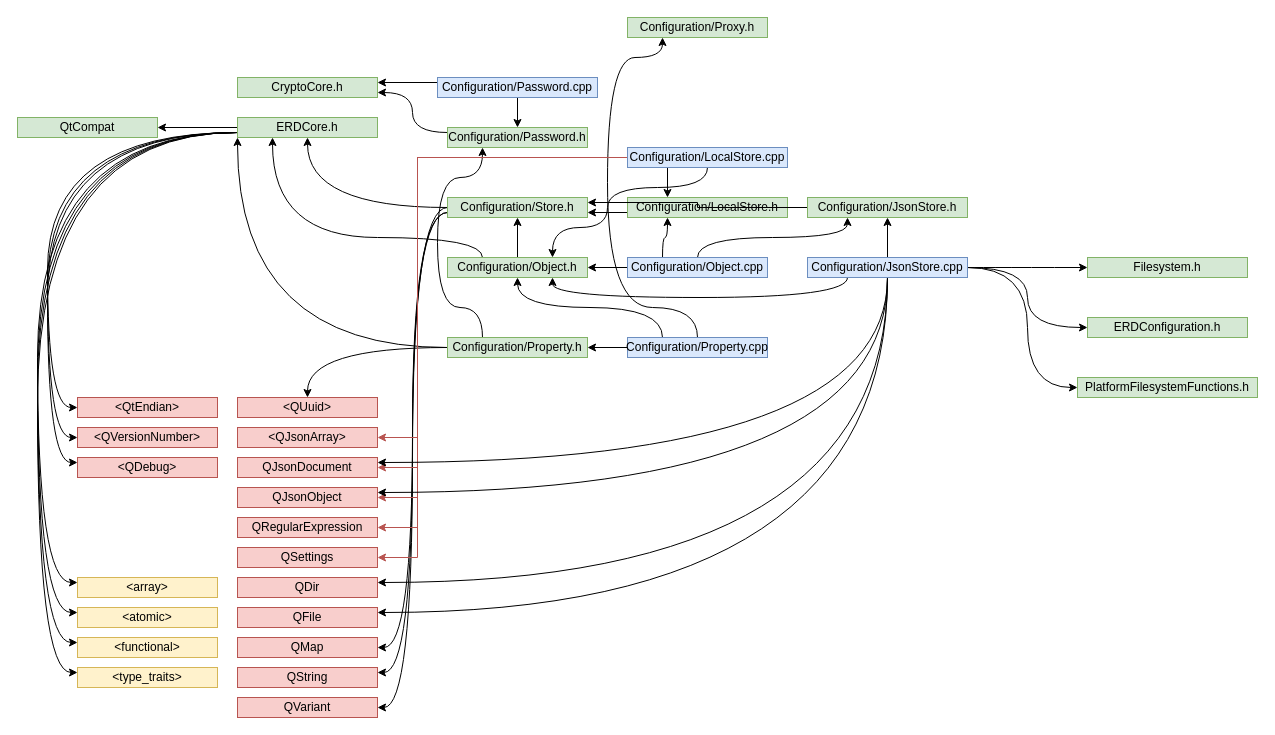
OMRKiruha/Diagramms keeps this draw.io diagram as ERD Зависимости.drawio. Above is the earlier version. Source tidied: cells renumbered, new cells numbered last; positions are measured from the earlier drawing's top-left corner, leaving out a move shared by most shapes. Both pictures are drawn from the tidied source at 100%, with x=0, y=0 at pixel (17, 17).
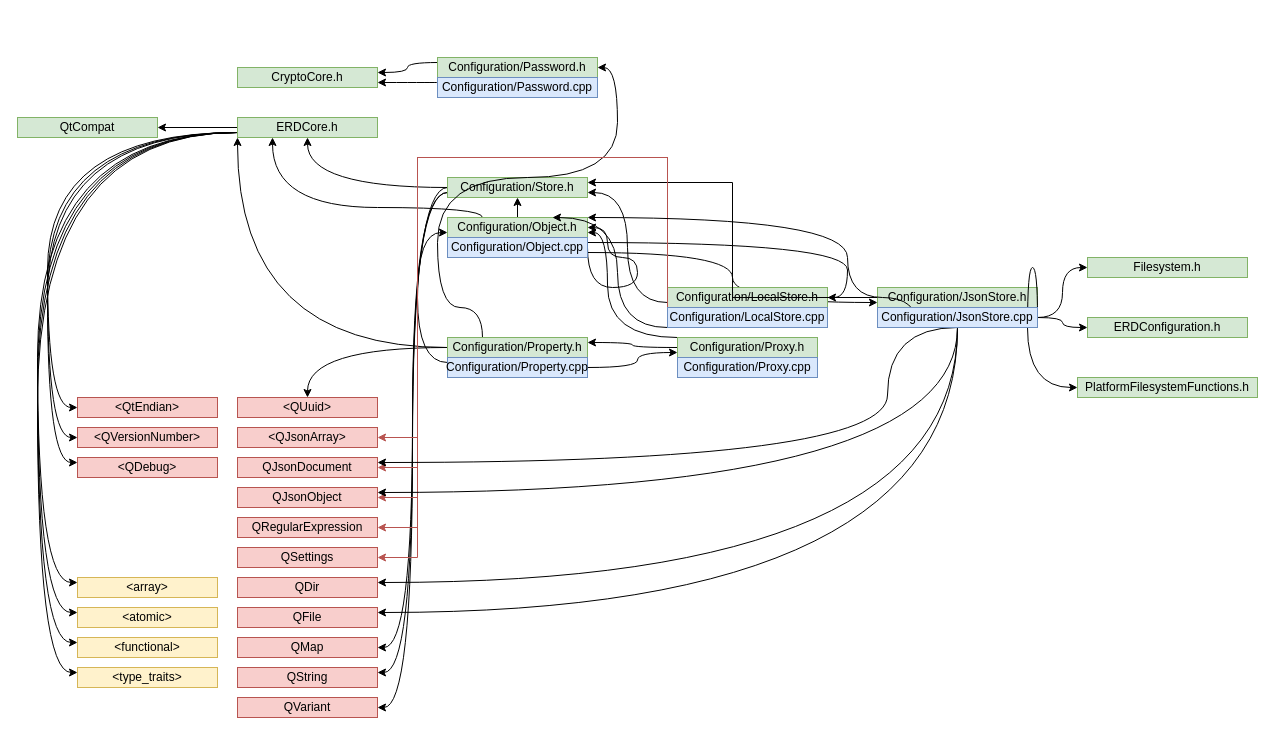
After the change.

Unchanged cells that the change refers to:
```xml
<mxCell id="10" value="ERDCore.h" style="rounded=0;whiteSpace=wrap;html=1;fillColor=#d5e8d4;strokeColor=#82b366;" parent="1" vertex="1">
  <mxGeometry x="220" y="100" width="140" height="20" as="geometry" />
</mxCell>
<mxCell id="30" value="Configuration/Property.h" style="rounded=0;whiteSpace=wrap;html=1;fillColor=#d5e8d4;strokeColor=#82b366;" parent="1" vertex="1">
  <mxGeometry x="430" y="320" width="140" height="20" as="geometry" />
</mxCell>
<mxCell id="42" value="Configuration/Password.cpp" style="rounded=0;whiteSpace=wrap;html=1;fillColor=#dae8fc;strokeColor=#6c8ebf;" parent="1" vertex="1">
  <mxGeometry x="420" y="60" width="160" height="20" as="geometry" />
</mxCell>
```

What changed in the source:
```diff
@@
     <mxCell id="15" value="Configuration/Store.h" style="rounded=0;whiteSpace=wrap;html=1;fillColor=#d5e8d4;strokeColor=#82b366;" parent="1" vertex="1">
-      <mxGeometry x="430" y="180" width="140" height="20" as="geometry" />
+      <mxGeometry x="430" y="160" width="140" height="20" as="geometry" />
     </mxCell>
@@
     <mxCell id="17" style="edgeStyle=orthogonalEdgeStyle;jettySize=auto;html=1;exitX=0.25;exitY=0;exitDx=0;exitDy=0;entryX=0.25;entryY=1;entryDx=0;entryDy=0;curved=1;" parent="1" edge="1" source="18" target="10">
       <mxGeometry relative="1" as="geometry">
         <Array as="points">
-          <mxPoint x="465" y="220" />
-          <mxPoint x="255" y="220" />
+          <mxPoint x="465" y="190" />
+          <mxPoint x="255" y="190" />
         </Array>
       </mxGeometry>
     </mxCell>
     <mxCell id="18" value="Configuration/Object.h" style="rounded=0;whiteSpace=wrap;html=1;fillColor=#d5e8d4;strokeColor=#82b366;" parent="1" vertex="1">
-      <mxGeometry x="430" y="240" width="140" height="20" as="geometry" />
+      <mxGeometry x="430" y="200" width="140" height="20" as="geometry" />
     </mxCell>
-    <mxCell id="19" style="edgeStyle=orthogonalEdgeStyle;rounded=0;jettySize=auto;html=1;exitX=0;exitY=0.5;exitDx=0;exitDy=0;entryX=1;entryY=0.5;entryDx=0;entryDy=0;" parent="1" edge="1" source="22" target="18">
-      <mxGeometry relative="1" as="geometry" />
+    <mxCell id="19" style="edgeStyle=orthogonalEdgeStyle;jettySize=auto;html=1;entryX=1;entryY=0.5;entryDx=0;entryDy=0;curved=1;exitX=1;exitY=0.5;exitDx=0;exitDy=0;" parent="1" edge="1" source="22" target="18">
+      <mxGeometry relative="1" as="geometry">
+        <Array as="points">
+          <mxPoint x="620" y="270" />
+          <mxPoint x="620" y="240" />
+          <mxPoint x="590" y="240" />
+          <mxPoint x="590" y="210" />
+        </Array>
+      </mxGeometry>
     </mxCell>
-    <mxCell id="20" style="edgeStyle=orthogonalEdgeStyle;jettySize=auto;html=1;exitX=0.25;exitY=0;exitDx=0;exitDy=0;entryX=0.25;entryY=1;entryDx=0;entryDy=0;curved=1;" parent="1" edge="1" source="22" target="24">
+    <mxCell id="20" style="edgeStyle=orthogonalEdgeStyle;jettySize=auto;html=1;exitX=1;exitY=0.25;exitDx=0;exitDy=0;entryX=1;entryY=0.5;entryDx=0;entryDy=0;curved=1;" parent="1" edge="1" source="22" target="24">
       <mxGeometry relative="1" as="geometry" />
     </mxCell>
-    <mxCell id="21" style="edgeStyle=orthogonalEdgeStyle;jettySize=auto;html=1;exitX=0.5;exitY=0;exitDx=0;exitDy=0;entryX=0.25;entryY=1;entryDx=0;entryDy=0;curved=1;" parent="1" edge="1" source="22" target="26">
+    <mxCell id="21" style="edgeStyle=orthogonalEdgeStyle;jettySize=auto;html=1;exitX=1;exitY=0.75;exitDx=0;exitDy=0;entryX=0;entryY=0.75;entryDx=0;entryDy=0;curved=1;" parent="1" edge="1" source="22" target="26">
       <mxGeometry relative="1" as="geometry" />
     </mxCell>
     <mxCell id="22" value="Configuration/Object.cpp" style="rounded=0;whiteSpace=wrap;html=1;fillColor=#dae8fc;strokeColor=#6c8ebf;" parent="1" vertex="1">
-      <mxGeometry x="610" y="240" width="140" height="20" as="geometry" />
+      <mxGeometry x="430" y="220" width="140" height="20" as="geometry" />
     </mxCell>
-    <mxCell id="23" style="edgeStyle=orthogonalEdgeStyle;rounded=0;jettySize=auto;html=1;exitX=0;exitY=0.75;exitDx=0;exitDy=0;entryX=1;entryY=0.75;entryDx=0;entryDy=0;" parent="1" edge="1" source="24" target="15">
+    <mxCell id="23" style="edgeStyle=orthogonalEdgeStyle;jettySize=auto;html=1;exitX=0;exitY=0.75;exitDx=0;exitDy=0;entryX=1;entryY=0.75;entryDx=0;entryDy=0;curved=1;" parent="1" edge="1" source="24" target="15">
       <mxGeometry relative="1" as="geometry" />
     </mxCell>
     <mxCell id="24" value="Configuration/LocalStore.h" style="rounded=0;whiteSpace=wrap;html=1;fillColor=#d5e8d4;strokeColor=#82b366;" parent="1" vertex="1">
-      <mxGeometry x="610" y="180" width="160" height="20" as="geometry" />
+      <mxGeometry x="650" y="270" width="160" height="20" as="geometry" />
     </mxCell>
@@
     <mxCell id="26" value="Configuration/JsonStore.h" style="rounded=0;whiteSpace=wrap;html=1;fillColor=#d5e8d4;strokeColor=#82b366;" parent="1" vertex="1">
-      <mxGeometry x="790" y="180" width="160" height="20" as="geometry" />
+      <mxGeometry x="860" y="270" width="160" height="20" as="geometry" />
     </mxCell>
@@
-    <mxCell id="29" style="edgeStyle=orthogonalEdgeStyle;jettySize=auto;html=1;exitX=0.25;exitY=0;exitDx=0;exitDy=0;entryX=0.25;entryY=1;entryDx=0;entryDy=0;curved=1;" parent="1" edge="1" source="30" target="37">
+    <mxCell id="29" style="edgeStyle=orthogonalEdgeStyle;jettySize=auto;html=1;exitX=0.25;exitY=0;exitDx=0;exitDy=0;entryX=1;entryY=0.5;entryDx=0;entryDy=0;curved=1;" parent="1" edge="1" source="30" target="37">
       <mxGeometry relative="1" as="geometry">
         <Array as="points">
           <mxPoint x="465" y="290" />
           <mxPoint x="420" y="290" />
           <mxPoint x="420" y="160" />
-          <mxPoint x="465" y="160" />
+          <mxPoint x="600" y="160" />
+          <mxPoint x="600" y="50" />
         </Array>
       </mxGeometry>
     </mxCell>
@@
-    <mxCell id="31" style="edgeStyle=orthogonalEdgeStyle;jettySize=auto;html=1;exitX=0.25;exitY=0;exitDx=0;exitDy=0;entryX=0.5;entryY=1;entryDx=0;entryDy=0;curved=1;" parent="1" edge="1" source="34" target="18">
-      <mxGeometry relative="1" as="geometry" />
+    <mxCell id="31" style="edgeStyle=orthogonalEdgeStyle;jettySize=auto;html=1;exitX=0;exitY=0.25;exitDx=0;exitDy=0;entryX=0;entryY=0.75;entryDx=0;entryDy=0;curved=1;" parent="1" edge="1" source="34" target="18">
+      <mxGeometry relative="1" as="geometry">
+        <Array as="points">
+          <mxPoint x="400" y="345" />
+          <mxPoint x="400" y="215" />
+        </Array>
+      </mxGeometry>
     </mxCell>
-    <mxCell id="32" style="edgeStyle=orthogonalEdgeStyle;rounded=0;jettySize=auto;html=1;exitX=0;exitY=0.5;exitDx=0;exitDy=0;entryX=1;entryY=0.5;entryDx=0;entryDy=0;" parent="1" edge="1" source="34" target="30">
-      <mxGeometry relative="1" as="geometry" />
-    </mxCell>
-    <mxCell id="33" style="edgeStyle=orthogonalEdgeStyle;jettySize=auto;html=1;exitX=0.5;exitY=0;exitDx=0;exitDy=0;entryX=0.25;entryY=1;entryDx=0;entryDy=0;curved=1;" parent="1" edge="1" source="34" target="38">
+    <mxCell id="33" style="edgeStyle=orthogonalEdgeStyle;jettySize=auto;html=1;exitX=1;exitY=0.5;exitDx=0;exitDy=0;entryX=0;entryY=0.75;entryDx=0;entryDy=0;curved=1;" parent="1" edge="1" source="34" target="38">
       <mxGeometry relative="1" as="geometry">
         <Array as="points">
-          <mxPoint x="680" y="290" />
-          <mxPoint x="590" y="290" />
-          <mxPoint x="590" y="40" />
-          <mxPoint x="645" y="40" />
+          <mxPoint x="620" y="350" />
+          <mxPoint x="620" y="335" />
         </Array>
       </mxGeometry>
     </mxCell>
     <mxCell id="34" value="Configuration/Property.cpp" style="rounded=0;whiteSpace=wrap;html=1;fillColor=#dae8fc;strokeColor=#6c8ebf;" parent="1" vertex="1">
-      <mxGeometry x="610" y="320" width="140" height="20" as="geometry" />
+      <mxGeometry x="430" y="340" width="140" height="20" as="geometry" />
     </mxCell>
@@
-    <mxCell id="36" style="edgeStyle=orthogonalEdgeStyle;jettySize=auto;html=1;exitX=0;exitY=0.25;exitDx=0;exitDy=0;entryX=1;entryY=0.75;entryDx=0;entryDy=0;curved=1;" parent="1" edge="1" source="37" target="39">
+    <mxCell id="36" style="edgeStyle=orthogonalEdgeStyle;jettySize=auto;html=1;exitX=0;exitY=0.25;exitDx=0;exitDy=0;entryX=1;entryY=0.25;entryDx=0;entryDy=0;curved=1;" parent="1" edge="1" source="37" target="39">
       <mxGeometry relative="1" as="geometry" />
     </mxCell>
     <mxCell id="37" value="Configuration/Password.h" style="rounded=0;whiteSpace=wrap;html=1;fillColor=#d5e8d4;strokeColor=#82b366;" parent="1" vertex="1">
-      <mxGeometry x="430" y="110" width="140" height="20" as="geometry" />
+      <mxGeometry x="420" y="40" width="160" height="20" as="geometry" />
     </mxCell>
+    <mxCell id="82" style="edgeStyle=orthogonalEdgeStyle;curved=1;jettySize=auto;html=1;exitX=0;exitY=0;exitDx=0;exitDy=0;entryX=1;entryY=0.75;entryDx=0;entryDy=0;strokeColor=default;" parent="1" edge="1" source="38" target="18">
+      <mxGeometry relative="1" as="geometry">
+        <Array as="points">
+          <mxPoint x="590" y="320" />
+          <mxPoint x="590" y="215" />
+        </Array>
+      </mxGeometry>
+    </mxCell>
+    <mxCell id="83" style="edgeStyle=orthogonalEdgeStyle;curved=1;jettySize=auto;html=1;exitX=0;exitY=0.5;exitDx=0;exitDy=0;entryX=1;entryY=0.25;entryDx=0;entryDy=0;strokeColor=default;" parent="1" edge="1" source="38" target="30">
+      <mxGeometry relative="1" as="geometry" />
+    </mxCell>
     <mxCell id="38" value="Configuration/Proxy.h" style="rounded=0;whiteSpace=wrap;html=1;fillColor=#d5e8d4;strokeColor=#82b366;" parent="1" vertex="1">
-      <mxGeometry x="610" width="140" height="20" as="geometry" />
+      <mxGeometry x="660" y="320" width="140" height="20" as="geometry" />
     </mxCell>
     <mxCell id="39" value="CryptoCore.h" style="rounded=0;whiteSpace=wrap;html=1;fillColor=#d5e8d4;strokeColor=#82b366;" parent="1" vertex="1">
-      <mxGeometry x="220" y="60" width="140" height="20" as="geometry" />
+      <mxGeometry x="220" y="50" width="140" height="20" as="geometry" />
     </mxCell>
-    <mxCell id="40" style="edgeStyle=orthogonalEdgeStyle;rounded=0;jettySize=auto;html=1;exitX=0.5;exitY=1;exitDx=0;exitDy=0;entryX=0.5;entryY=0;entryDx=0;entryDy=0;" parent="1" edge="1" source="42" target="37">
-      <mxGeometry relative="1" as="geometry" />
-    </mxCell>
-    <mxCell id="41" style="edgeStyle=orthogonalEdgeStyle;rounded=0;jettySize=auto;html=1;exitX=0;exitY=0.25;exitDx=0;exitDy=0;entryX=1;entryY=0.25;entryDx=0;entryDy=0;" parent="1" edge="1" source="42" target="39">
+    <mxCell id="41" style="edgeStyle=orthogonalEdgeStyle;jettySize=auto;html=1;exitX=0;exitY=0.25;exitDx=0;exitDy=0;entryX=1;entryY=0.75;entryDx=0;entryDy=0;curved=1;" parent="1" edge="1" source="42" target="39">
       <mxGeometry relative="1" as="geometry" />
     </mxCell>
@@
-    <mxCell id="46" style="edgeStyle=orthogonalEdgeStyle;rounded=0;jettySize=auto;html=1;exitX=0.25;exitY=1;exitDx=0;exitDy=0;entryX=0.25;entryY=0;entryDx=0;entryDy=0;" parent="1" edge="1" source="50" target="24">
-      <mxGeometry relative="1" as="geometry" />
-    </mxCell>
-    <mxCell id="47" style="edgeStyle=orthogonalEdgeStyle;jettySize=auto;html=1;exitX=0.5;exitY=1;exitDx=0;exitDy=0;entryX=0.75;entryY=0;entryDx=0;entryDy=0;curved=1;" parent="1" edge="1" source="50" target="18">
+    <mxCell id="47" style="edgeStyle=orthogonalEdgeStyle;jettySize=auto;html=1;exitX=0;exitY=1;exitDx=0;exitDy=0;entryX=0.75;entryY=0;entryDx=0;entryDy=0;curved=1;" parent="1" edge="1" source="50" target="18">
       <mxGeometry relative="1" as="geometry">
         <Array as="points">
-          <mxPoint x="690" y="170" />
-          <mxPoint x="590" y="170" />
-          <mxPoint x="590" y="210" />
-          <mxPoint x="535" y="210" />
+          <mxPoint x="600" y="310" />
+          <mxPoint x="600" y="200" />
+          <mxPoint x="535" y="200" />
         </Array>
       </mxGeometry>
     </mxCell>
@@
     <mxCell id="50" value="Configuration/LocalStore.cpp" style="rounded=0;whiteSpace=wrap;html=1;fillColor=#dae8fc;strokeColor=#6c8ebf;" parent="1" vertex="1">
-      <mxGeometry x="610" y="130" width="160" height="20" as="geometry" />
+      <mxGeometry x="650" y="290" width="160" height="20" as="geometry" />
     </mxCell>
@@
-    <mxCell id="56" style="edgeStyle=orthogonalEdgeStyle;rounded=0;jettySize=auto;html=1;exitX=0.5;exitY=0;exitDx=0;exitDy=0;entryX=0.5;entryY=1;entryDx=0;entryDy=0;" parent="1" edge="1" source="65" target="26">
-      <mxGeometry relative="1" as="geometry" />
-    </mxCell>
-    <mxCell id="57" style="edgeStyle=orthogonalEdgeStyle;jettySize=auto;html=1;exitX=0.25;exitY=1;exitDx=0;exitDy=0;entryX=0.75;entryY=1;entryDx=0;entryDy=0;curved=1;" parent="1" edge="1" source="65" target="18">
+    <mxCell id="57" style="edgeStyle=orthogonalEdgeStyle;jettySize=auto;html=1;exitX=0.25;exitY=1;exitDx=0;exitDy=0;curved=1;" parent="1" edge="1" source="65">
       <mxGeometry relative="1" as="geometry">
+        <mxPoint x="570" y="200" as="targetPoint" />
         <Array as="points">
+          <mxPoint x="900" y="280" />
           <mxPoint x="830" y="280" />
-          <mxPoint x="535" y="280" />
+          <mxPoint x="830" y="200" />
         </Array>
       </mxGeometry>
     </mxCell>
@@
     <mxCell id="65" value="Configuration/JsonStore.cpp" style="rounded=0;whiteSpace=wrap;html=1;fillColor=#dae8fc;strokeColor=#6c8ebf;" parent="1" vertex="1">
-      <mxGeometry x="790" y="240" width="160" height="20" as="geometry" />
+      <mxGeometry x="860" y="290" width="160" height="20" as="geometry" />
     </mxCell>
@@
+    <mxCell id="84" value="Configuration/Proxy.cpp" style="rounded=0;whiteSpace=wrap;html=1;fillColor=#dae8fc;strokeColor=#6c8ebf;" parent="1" vertex="1">
+      <mxGeometry x="660" y="340" width="140" height="20" as="geometry" />
+    </mxCell>
```
